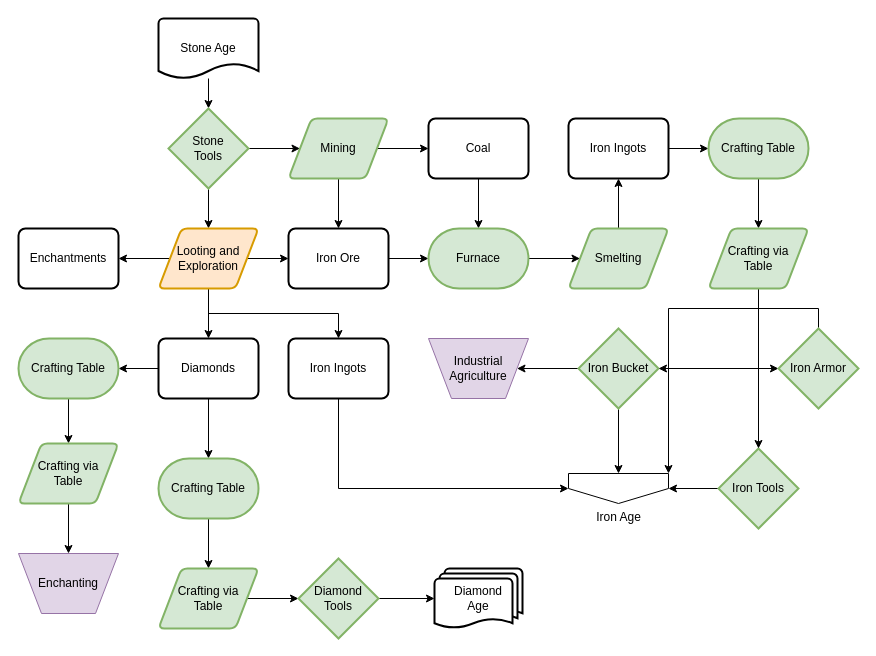
MeepishRealms/Cog keeps this draw.io diagram as page "Stone Age" (5 of 8) of flowcharts/progression.drawio. Above is the earlier version. Source tidied: cells renumbered, new cells numbered last; positions are measured from the earlier drawing's top-left corner, leaving out a move shared by most shapes. Both pictures are drawn from the tidied source at 100%, with x=0, y=0 at pixel (18, 18).
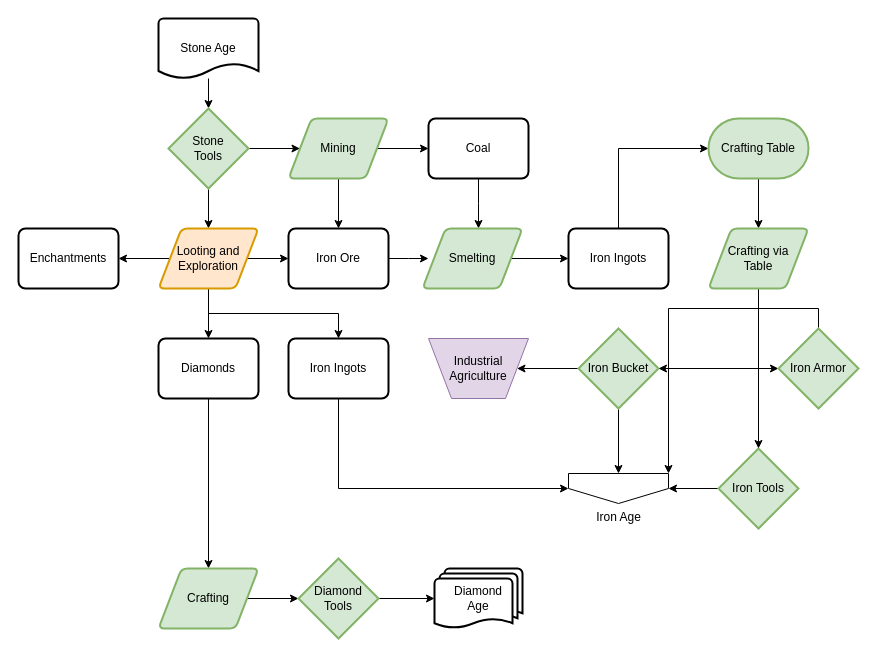
Above is the later version.

Unchanged cells that the change refers to:
```xml
<mxCell id="11" value="Coal" style="rounded=1;whiteSpace=wrap;html=1;absoluteArcSize=1;arcSize=14;strokeWidth=2;" parent="1" vertex="1">
  <mxGeometry x="410" y="100" width="100" height="60" as="geometry" />
</mxCell>
<mxCell id="13" value="Iron Ore" style="rounded=1;whiteSpace=wrap;html=1;absoluteArcSize=1;arcSize=14;strokeWidth=2;" parent="1" vertex="1">
  <mxGeometry x="270" y="210" width="100" height="60" as="geometry" />
</mxCell>
<mxCell id="21" value="Crafting Table" style="strokeWidth=2;html=1;shape=mxgraph.flowchart.terminator;whiteSpace=wrap;fillColor=#d5e8d4;strokeColor=#82b366;" parent="1" vertex="1">
  <mxGeometry x="690" y="100" width="100" height="60" as="geometry" />
</mxCell>
<mxCell id="42" value="Diamonds" style="rounded=1;whiteSpace=wrap;html=1;absoluteArcSize=1;arcSize=14;strokeWidth=2;" parent="1" vertex="1">
  <mxGeometry x="140" y="320" width="100" height="60" as="geometry" />
</mxCell>
```

Change to the diagram source:
```diff
@@
-    <mxCell id="10" style="edgeStyle=orthogonalEdgeStyle;rounded=0;jettySize=auto;html=1;" parent="1" edge="1" source="11" target="17">
-      <mxGeometry relative="1" as="geometry" />
+    <mxCell id="10" style="edgeStyle=orthogonalEdgeStyle;rounded=0;jettySize=auto;html=1;" parent="1" edge="1" source="11">
+      <mxGeometry relative="1" as="geometry">
+        <mxPoint x="460" y="210" as="targetPoint" />
+      </mxGeometry>
     </mxCell>
@@
-    <mxCell id="12" style="edgeStyle=orthogonalEdgeStyle;rounded=0;jettySize=auto;html=1;" parent="1" edge="1" source="13" target="17">
-      <mxGeometry relative="1" as="geometry" />
+    <mxCell id="12" style="edgeStyle=orthogonalEdgeStyle;rounded=0;jettySize=auto;html=1;" parent="1" edge="1" source="13">
+      <mxGeometry relative="1" as="geometry">
+        <mxPoint x="410" y="240" as="targetPoint" />
+      </mxGeometry>
     </mxCell>
@@
     <mxCell id="15" value="Smelting" style="shape=parallelogram;html=1;strokeWidth=2;perimeter=parallelogramPerimeter;whiteSpace=wrap;rounded=1;arcSize=12;size=0.23;fillColor=#d5e8d4;strokeColor=#82b366;" parent="1" vertex="1">
-      <mxGeometry x="550" y="210" width="100" height="60" as="geometry" />
+      <mxGeometry x="404" y="210" width="100" height="60" as="geometry" />
     </mxCell>
-    <mxCell id="16" style="edgeStyle=orthogonalEdgeStyle;rounded=0;jettySize=auto;html=1;" parent="1" edge="1" source="17" target="15">
-      <mxGeometry relative="1" as="geometry" />
-    </mxCell>
-    <mxCell id="17" value="Furnace" style="strokeWidth=2;html=1;shape=mxgraph.flowchart.terminator;whiteSpace=wrap;fillColor=#d5e8d4;strokeColor=#82b366;" parent="1" vertex="1">
-      <mxGeometry x="410" y="210" width="100" height="60" as="geometry" />
-    </mxCell>
-    <mxCell id="18" style="edgeStyle=orthogonalEdgeStyle;rounded=0;jettySize=auto;html=1;" parent="1" edge="1" source="19" target="21">
+    <mxCell id="18" style="edgeStyle=orthogonalEdgeStyle;rounded=0;jettySize=auto;html=1;exitX=0.5;exitY=0;exitDx=0;exitDy=0;entryX=0;entryY=0.5;entryDx=0;entryDy=0;entryPerimeter=0;" parent="1" edge="1" source="19" target="21">
       <mxGeometry relative="1" as="geometry" />
     </mxCell>
     <mxCell id="19" value="Iron Ingots" style="rounded=1;whiteSpace=wrap;html=1;absoluteArcSize=1;arcSize=14;strokeWidth=2;" parent="1" vertex="1">
-      <mxGeometry x="550" y="100" width="100" height="60" as="geometry" />
+      <mxGeometry x="550" y="210" width="100" height="60" as="geometry" />
     </mxCell>
@@
-    <mxCell id="40" style="edgeStyle=orthogonalEdgeStyle;rounded=0;jettySize=auto;html=1;" parent="1" edge="1" source="42" target="44">
-      <mxGeometry relative="1" as="geometry" />
-    </mxCell>
-    <mxCell id="41" style="edgeStyle=orthogonalEdgeStyle;rounded=0;jettySize=auto;html=1;" parent="1" edge="1" source="42" target="55">
-      <mxGeometry relative="1" as="geometry" />
-    </mxCell>
+    <mxCell id="58" style="edgeStyle=orthogonalEdgeStyle;rounded=0;jettySize=auto;html=1;exitX=0.5;exitY=1;exitDx=0;exitDy=0;" parent="1" edge="1" source="42" target="46">
+      <mxGeometry relative="1" as="geometry" />
+    </mxCell>
@@
-    <mxCell id="43" style="edgeStyle=orthogonalEdgeStyle;rounded=0;jettySize=auto;html=1;" parent="1" edge="1" source="44" target="46">
-      <mxGeometry relative="1" as="geometry" />
-    </mxCell>
-    <mxCell id="44" value="Crafting Table" style="strokeWidth=2;html=1;shape=mxgraph.flowchart.terminator;whiteSpace=wrap;fillColor=#d5e8d4;strokeColor=#82b366;" parent="1" vertex="1">
-      <mxGeometry x="140" y="440" width="100" height="60" as="geometry" />
-    </mxCell>
@@
-    <mxCell id="46" value="Crafting via&lt;br&gt;Table" style="shape=parallelogram;html=1;strokeWidth=2;perimeter=parallelogramPerimeter;whiteSpace=wrap;rounded=1;arcSize=12;size=0.23;fillColor=#d5e8d4;strokeColor=#82b366;" parent="1" vertex="1">
+    <mxCell id="46" value="Crafting" style="shape=parallelogram;html=1;strokeWidth=2;perimeter=parallelogramPerimeter;whiteSpace=wrap;rounded=1;arcSize=12;size=0.23;fillColor=#d5e8d4;strokeColor=#82b366;" parent="1" vertex="1">
       <mxGeometry x="140" y="550" width="100" height="60" as="geometry" />
     </mxCell>
@@
-    <mxCell id="52" value="Enchanting" style="verticalLabelPosition=middle;verticalAlign=middle;html=1;shape=trapezoid;perimeter=trapezoidPerimeter;whiteSpace=wrap;size=0.23;arcSize=10;flipV=1;labelPosition=center;align=center;fillColor=#e1d5e7;strokeColor=#9673a6;" parent="1" vertex="1">
-      <mxGeometry y="535" width="100" height="60" as="geometry" />
-    </mxCell>
@@
-    <mxCell id="54" style="edgeStyle=orthogonalEdgeStyle;rounded=0;jettySize=auto;html=1;" parent="1" edge="1" source="55" target="57">
-      <mxGeometry relative="1" as="geometry" />
-    </mxCell>
-    <mxCell id="55" value="Crafting Table" style="strokeWidth=2;html=1;shape=mxgraph.flowchart.terminator;whiteSpace=wrap;fillColor=#d5e8d4;strokeColor=#82b366;" parent="1" vertex="1">
-      <mxGeometry y="320" width="100" height="60" as="geometry" />
-    </mxCell>
-    <mxCell id="56" style="edgeStyle=orthogonalEdgeStyle;rounded=0;jettySize=auto;html=1;" parent="1" edge="1" source="57" target="52">
-      <mxGeometry relative="1" as="geometry" />
-    </mxCell>
-    <mxCell id="57" value="Crafting via&lt;br&gt;Table" style="shape=parallelogram;html=1;strokeWidth=2;perimeter=parallelogramPerimeter;whiteSpace=wrap;rounded=1;arcSize=12;size=0.23;fillColor=#d5e8d4;strokeColor=#82b366;" parent="1" vertex="1">
-      <mxGeometry y="425" width="100" height="60" as="geometry" />
-    </mxCell>
```
